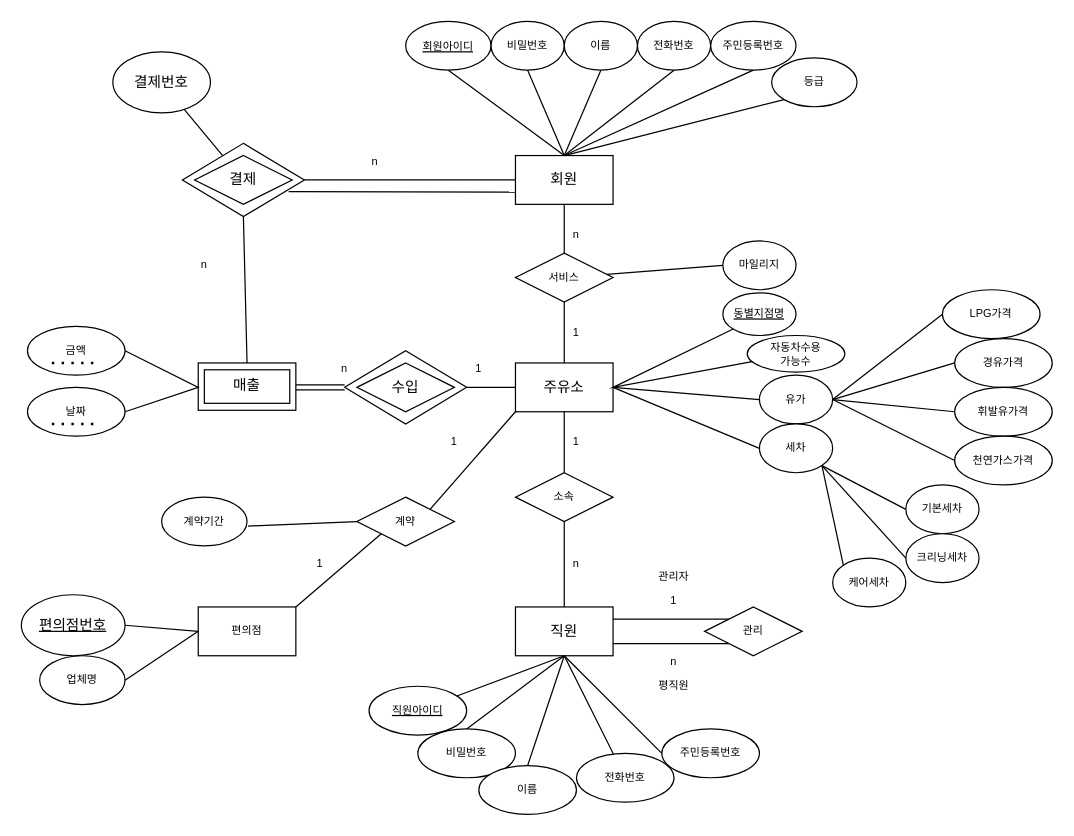
This is Untitled Diagram.drawio from junki1912/DataBase_base, a draw.io file, before an edit. Source tidied: cells renumbered, new cells numbered last; positions are measured from the earlier drawing's top-left corner, leaving out a move shared by most shapes. Both pictures are drawn from the tidied source at 122%, with x=0, y=0 at pixel (21, 21).
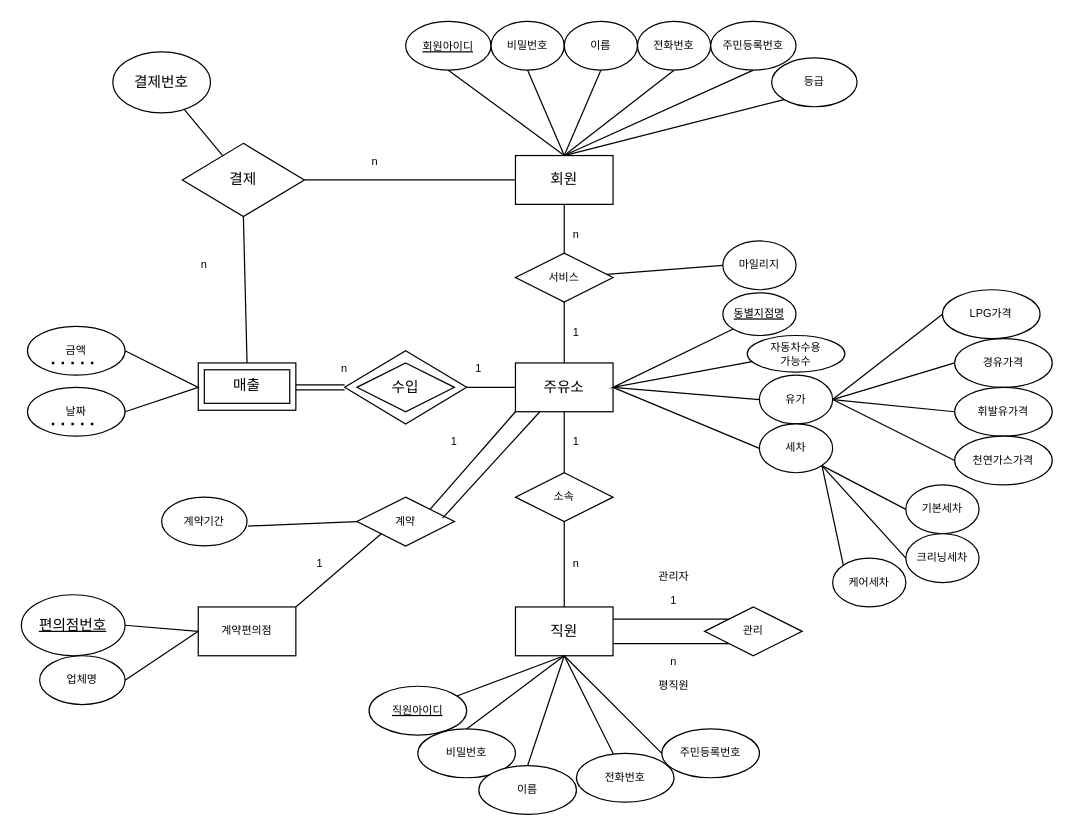
Above is the later version.

Unchanged cells that the change refers to:
```xml
<mxCell id="3" value="회원" style="rounded=0;whiteSpace=wrap;html=1;" parent="1" vertex="1">
  <mxGeometry x="405" y="110" width="80" height="40" as="geometry" />
</mxCell>
<mxCell id="28" value="주유소" style="rounded=0;whiteSpace=wrap;html=1;" parent="1" vertex="1">
  <mxGeometry x="405" y="280" width="80" height="40" as="geometry" />
</mxCell>
<mxCell id="81" value="계약" style="rhombus;whiteSpace=wrap;html=1;fontSize=9;" parent="1" vertex="1">
  <mxGeometry x="275" y="390" width="80" height="40" as="geometry" />
</mxCell>
```

What changed in the source:
```diff
@@
-    <mxCell id="76" value="편의점" style="rounded=0;whiteSpace=wrap;html=1;fontSize=9;" parent="1" vertex="1">
+    <mxCell id="76" value="계약편의점" style="rounded=0;whiteSpace=wrap;html=1;fontSize=9;" parent="1" vertex="1">
       <mxGeometry x="145" y="480" width="80" height="40" as="geometry" />
     </mxCell>
@@
-    <mxCell id="93" style="rhombus;whiteSpace=wrap;html=1;" parent="1" vertex="1">
+    <mxCell id="93" value="결제" style="rhombus;whiteSpace=wrap;html=1;" parent="1" vertex="1">
       <mxGeometry x="132" y="100" width="100" height="60" as="geometry" />
     </mxCell>
-    <mxCell id="94" value="결제" style="rhombus;whiteSpace=wrap;html=1;" parent="1" vertex="1">
-      <mxGeometry x="142" y="110" width="80" height="40" as="geometry" />
-    </mxCell>
@@
-    <mxCell id="100" style="endArrow=none;html=1;rounded=0;exitX=0.871;exitY=0.66;exitDx=0;exitDy=0;entryX=0;entryY=0.75;entryDx=0;entryDy=0;exitPerimeter=0;" parent="1" edge="1" source="93" target="3">
-      <mxGeometry relative="1" as="geometry" />
-    </mxCell>
+    <mxCell id="101" style="endArrow=none;html=1;rounded=0;exitX=0.879;exitY=0.429;exitDx=0;exitDy=0;entryX=0.25;entryY=1;entryDx=0;entryDy=0;exitPerimeter=0;" parent="1" edge="1" source="81" target="28">
+      <mxGeometry relative="1" as="geometry" />
+    </mxCell>
```
